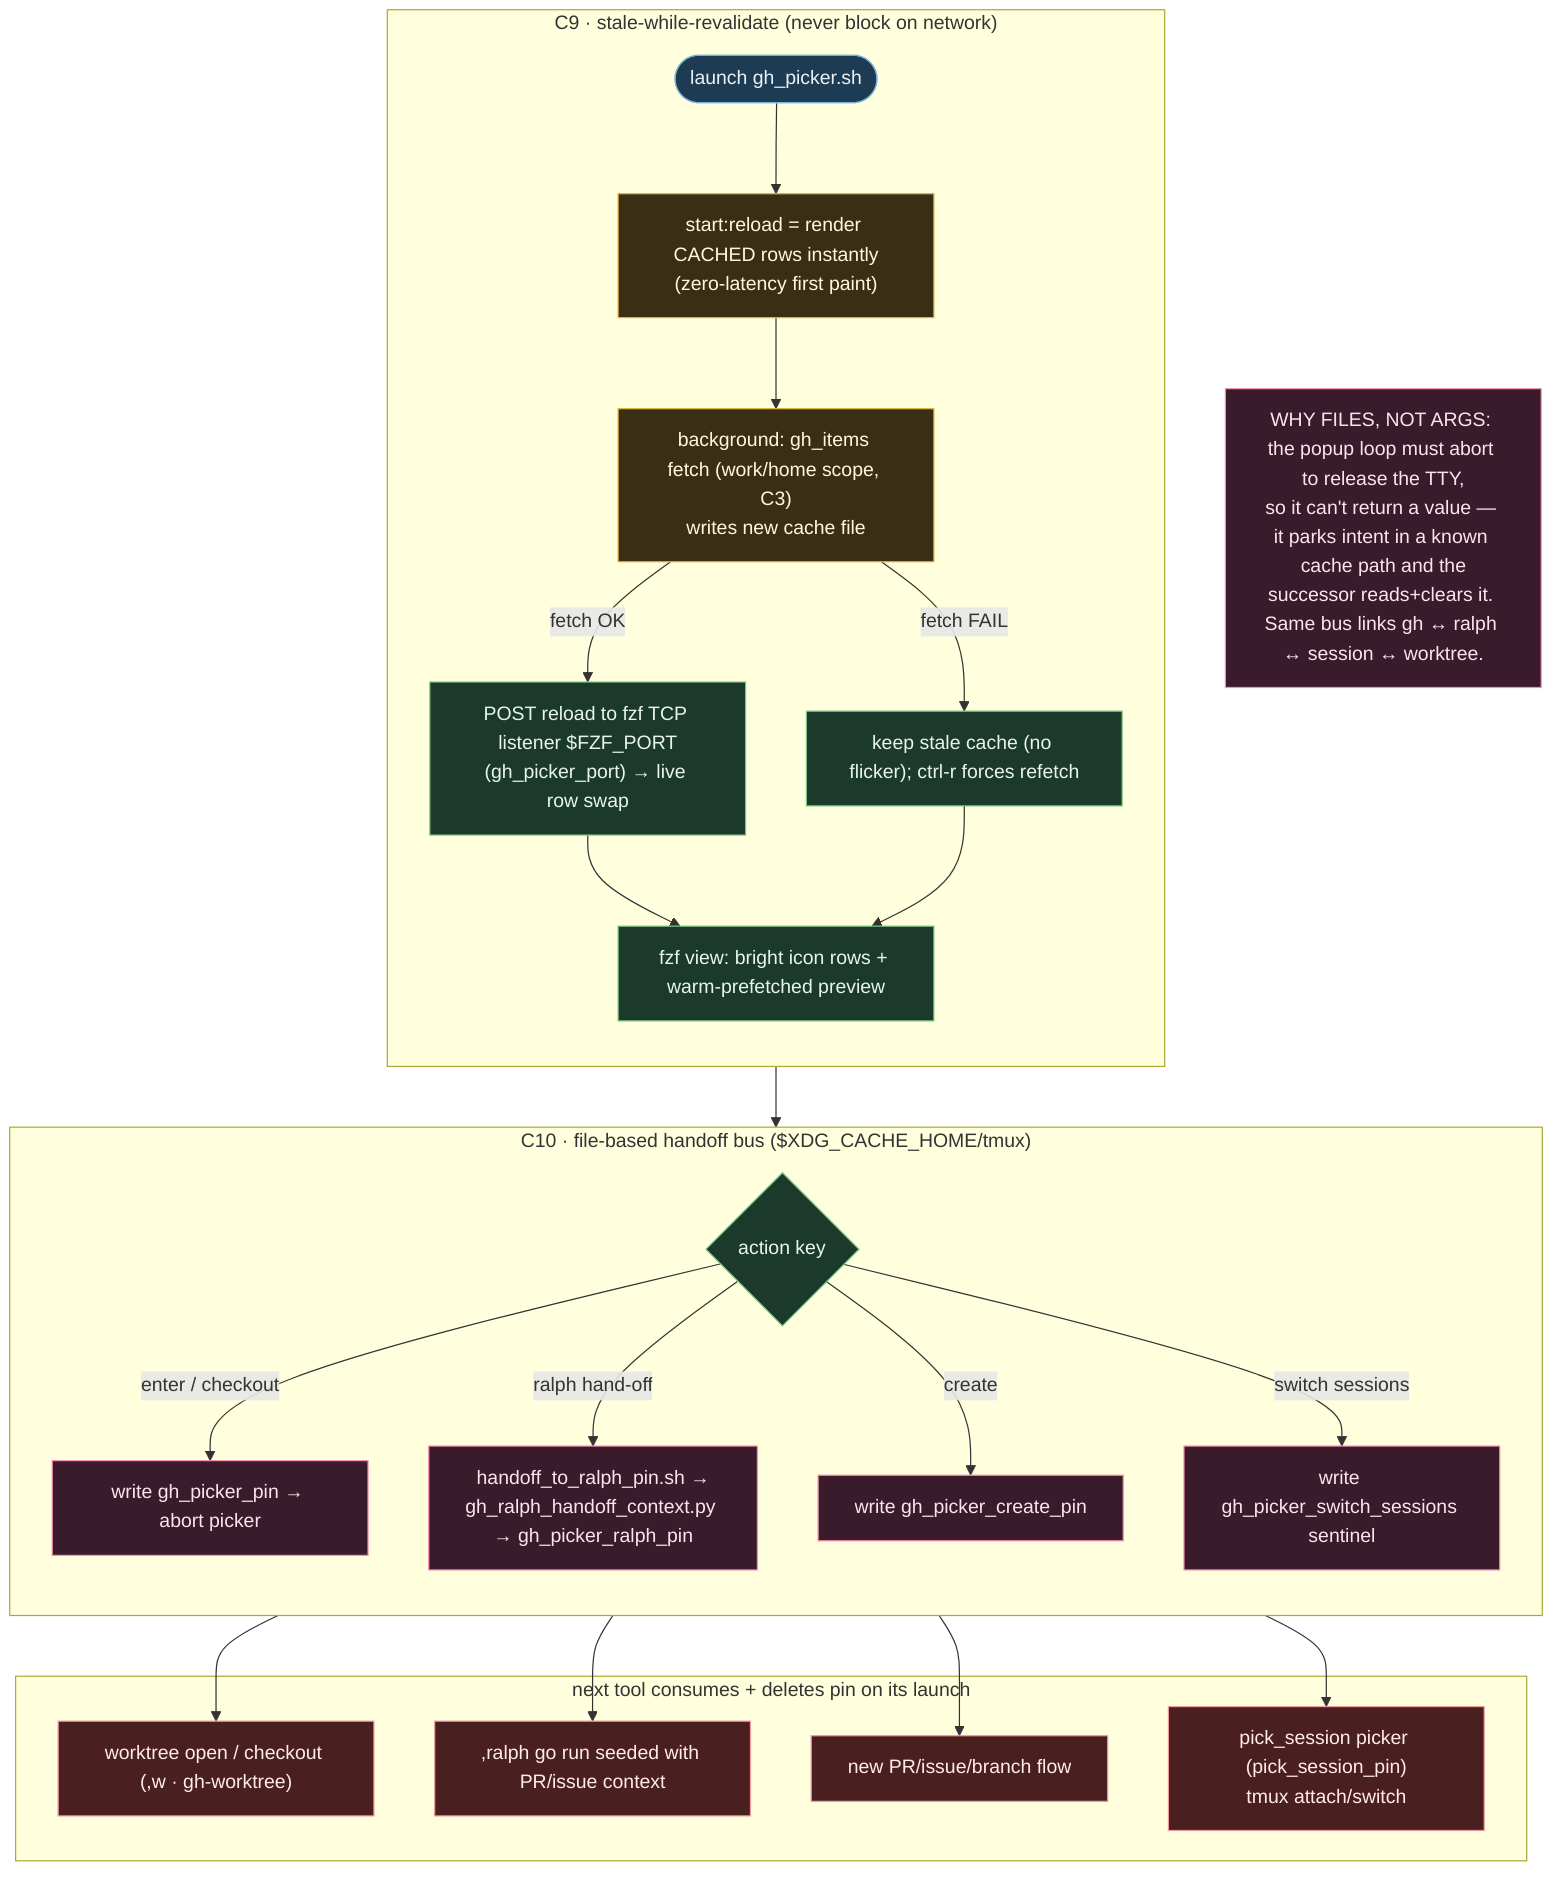
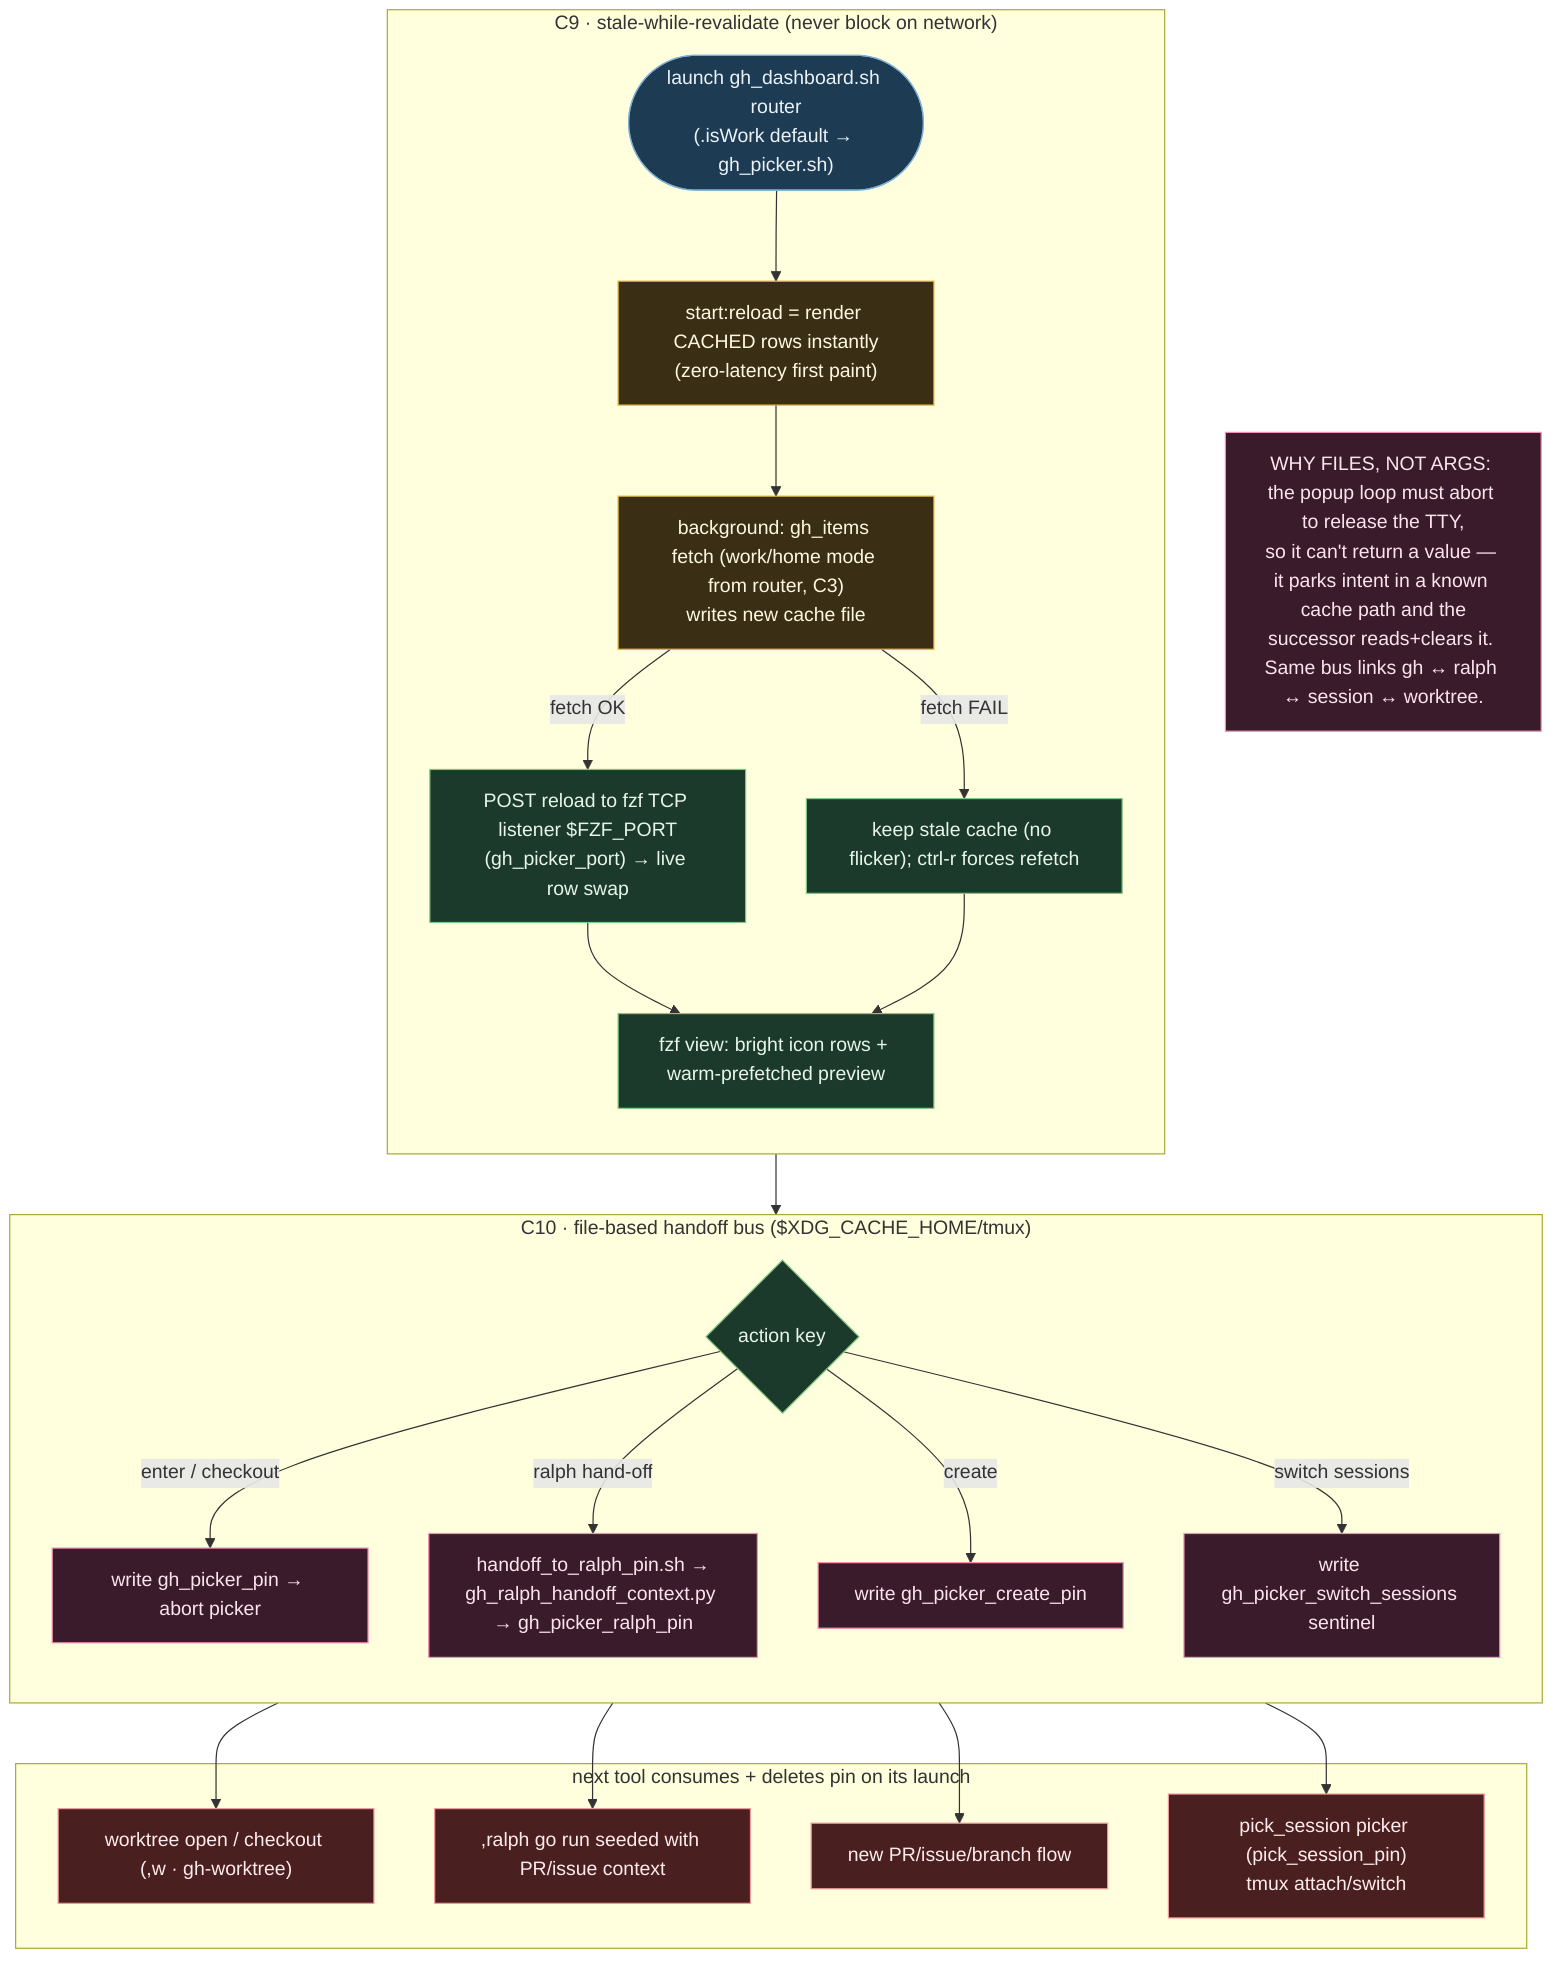
%% ============================================================================
%% S3-flow-pickers-handoff.mmd — FLOW: stale-while-revalidate UX + the file-based
%% handoff bus that lets pickers cooperate. Realizes C9, C10 (and C3 work/home
%% scope). Files are nodes ON the interaction. (drill: 05, 06)
%% ============================================================================
flowchart TB
    classDef in fill:#1d3b53,stroke:#7fb3d5,color:#eaf2f8;
    classDef cache fill:#3a2f15,stroke:#e0b341,color:#fff8e1;
    classDef ui fill:#1b3a2b,stroke:#81c784,color:#e8f5e9;
    classDef bus fill:#3a1b2b,stroke:#f48fb1,color:#fce4ec;
    classDef run fill:#4a1f1f,stroke:#ef9a9a,color:#ffebee;

    subgraph SWR["C9 · stale-while-revalidate (never block on network)"]
        direction TB
-         LAUNCH(["launch gh_picker.sh"]):::in
+         LAUNCH(["launch gh_dashboard.sh router<br/>(.isWork default → gh_picker.sh)"]):::in
        LAUNCH --> COLD["start:reload = render CACHED rows instantly<br/>(zero-latency first paint)"]:::cache
-         COLD --> BG["background: gh_items fetch (work/home scope, C3)<br/>writes new cache file"]:::cache
+         COLD --> BG["background: gh_items fetch (work/home mode from router, C3)<br/>writes new cache file"]:::cache
        BG -->|fetch OK| PUSH["POST reload to fzf TCP listener $FZF_PORT<br/>(gh_picker_port) → live row swap"]:::ui
        BG -->|fetch FAIL| KEEP["keep stale cache (no flicker); ctrl-r forces refetch"]:::ui
        PUSH --> VIEW["fzf view: bright icon rows + warm-prefetched preview"]:::ui
        KEEP --> VIEW
    end

    subgraph BUS["C10 · file-based handoff bus ($XDG_CACHE_HOME/tmux)"]
        direction TB
        VIEW --> ACT{"action key"}:::ui
        ACT -->|enter / checkout| PIN["write gh_picker_pin → abort picker"]:::bus
        ACT -->|ralph hand-off| RPIN["handoff_to_ralph_pin.sh →<br/>gh_ralph_handoff_context.py → gh_picker_ralph_pin"]:::bus
        ACT -->|create| CPIN["write gh_picker_create_pin"]:::bus
        ACT -->|switch sessions| SENT["write gh_picker_switch_sessions sentinel"]:::bus
    end

    subgraph CONSUME["next tool consumes + deletes pin on its launch"]
        PIN --> WT["worktree open / checkout (,w · gh-worktree)"]:::run
        RPIN --> RALPH[",ralph go run seeded with PR/issue context"]:::run
        CPIN --> CREATE["new PR/issue/branch flow"]:::run
        SENT --> PICKSESS["pick_session picker (pick_session_pin)<br/>tmux attach/switch"]:::run
    end

    NOTE["WHY FILES, NOT ARGS: the popup loop must abort to release the TTY,<br/>so it can't return a value — it parks intent in a known cache path and the<br/>successor reads+clears it. Same bus links gh ↔ ralph ↔ session ↔ worktree."]:::bus
